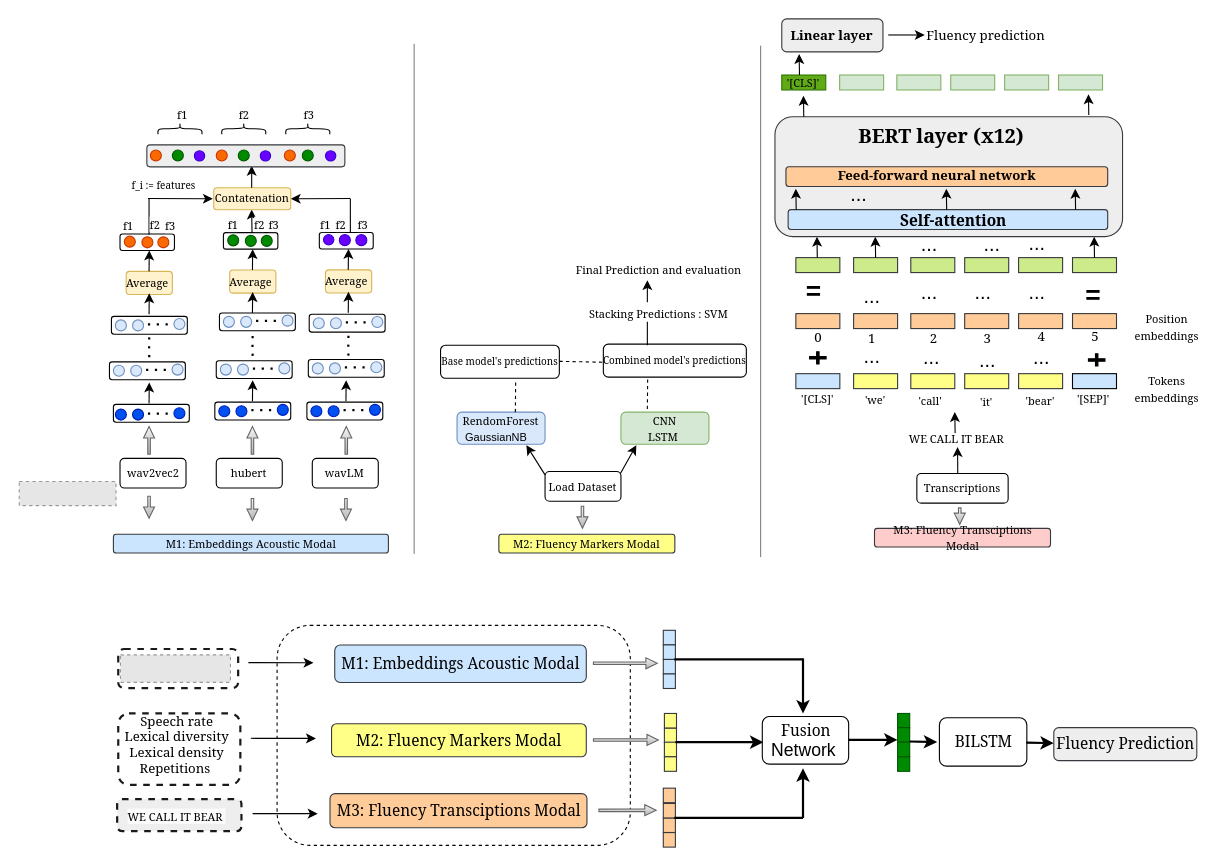
This is Trimodal_Fluency_sslmodel.drawio from papasega/Applied-Deep-Learning, a draw.io file, before an edit. Source tidied: cells renumbered, new cells numbered last; positions are measured from the earlier drawing's top-left corner, leaving out a move shared by most shapes. Both pictures are drawn from the tidied source at 110%, with x=0, y=0 at pixel (19, 19). Pictures stored in the file or linked from it are replaced by grey dashed boxes.
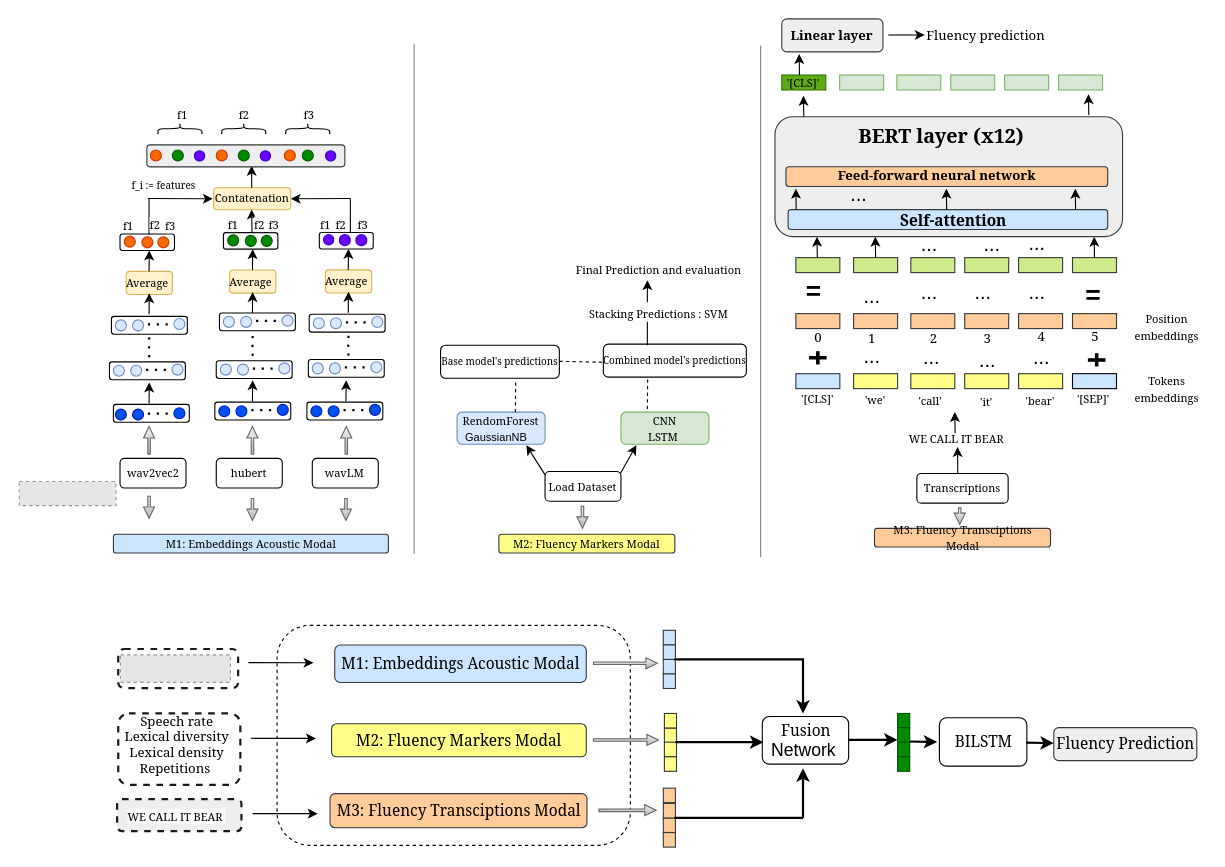
After the change.

Commit message (it also covers changes not shown here):
Mettre à jour Trimodal_Fluency_sslmodel.drawio

The edit, as a diff of the source:
```diff
@@
-    <mxCell id="136" value="&lt;font style=&quot;font-size: 10px;&quot; face=&quot;Georgia&quot;&gt;M3: Fluency Transciptions Modal&lt;/font&gt;" style="rounded=1;whiteSpace=wrap;html=1;fillColor=#ffcccc;strokeColor=#36393d;" parent="1" vertex="1">
+    <mxCell id="136" value="&lt;font style=&quot;font-size: 10px;&quot; face=&quot;Georgia&quot;&gt;M3: Fluency Transciptions Modal&lt;/font&gt;" style="rounded=1;whiteSpace=wrap;html=1;fillColor=#ffcc99;strokeColor=#36393d;" parent="1" vertex="1">
       <mxGeometry x="777.5" y="462.8" width="160" height="17" as="geometry" />
     </mxCell>
```
